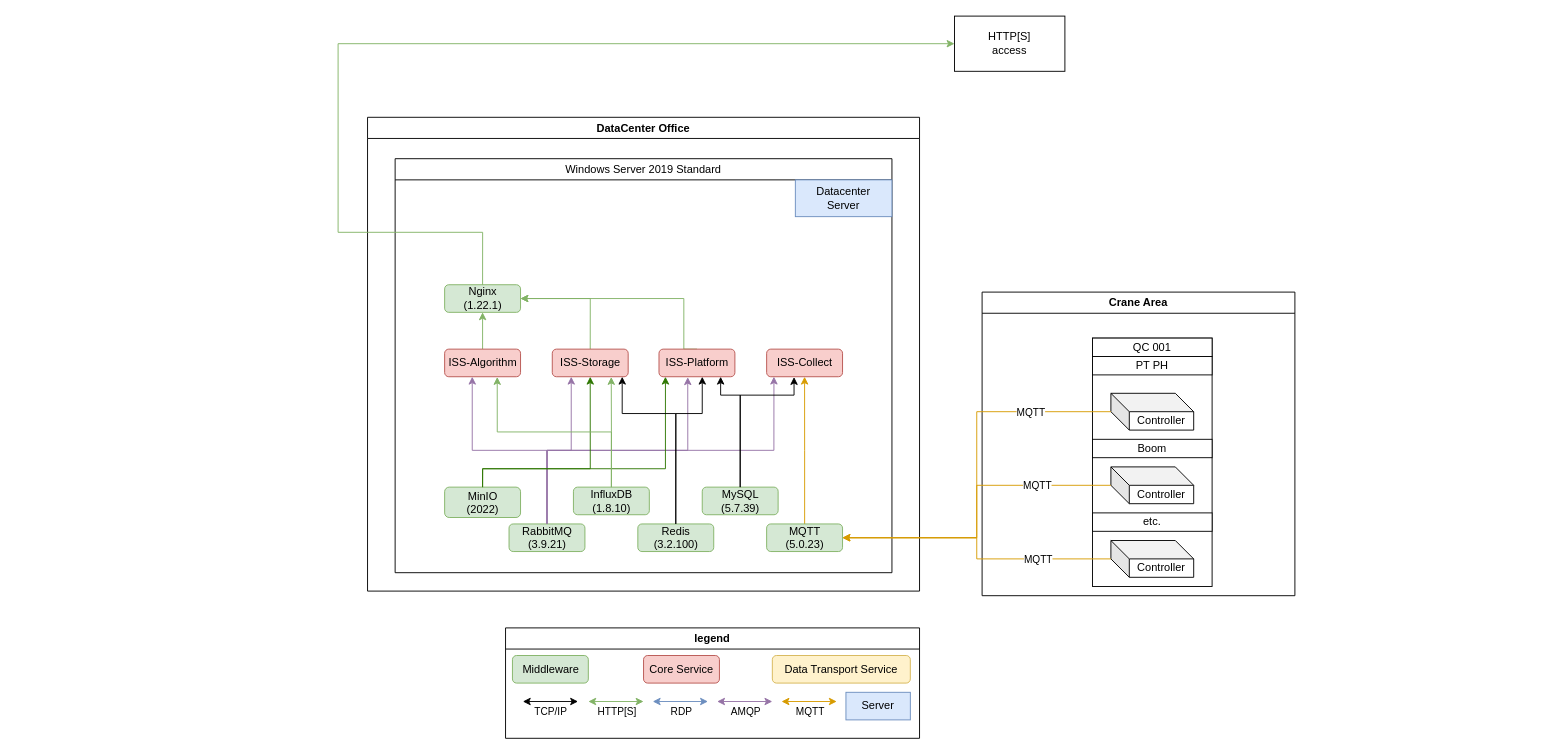
This is 四代系统架构图.drawio from bird1225/draw, a draw.io file, before an edit. Source tidied: cells renumbered, new cells numbered last; positions are measured from the earlier drawing's top-left corner, leaving out a move shared by most shapes. Both pictures are drawn from the tidied source at 92%, with x=0, y=0 at pixel (338, 16).
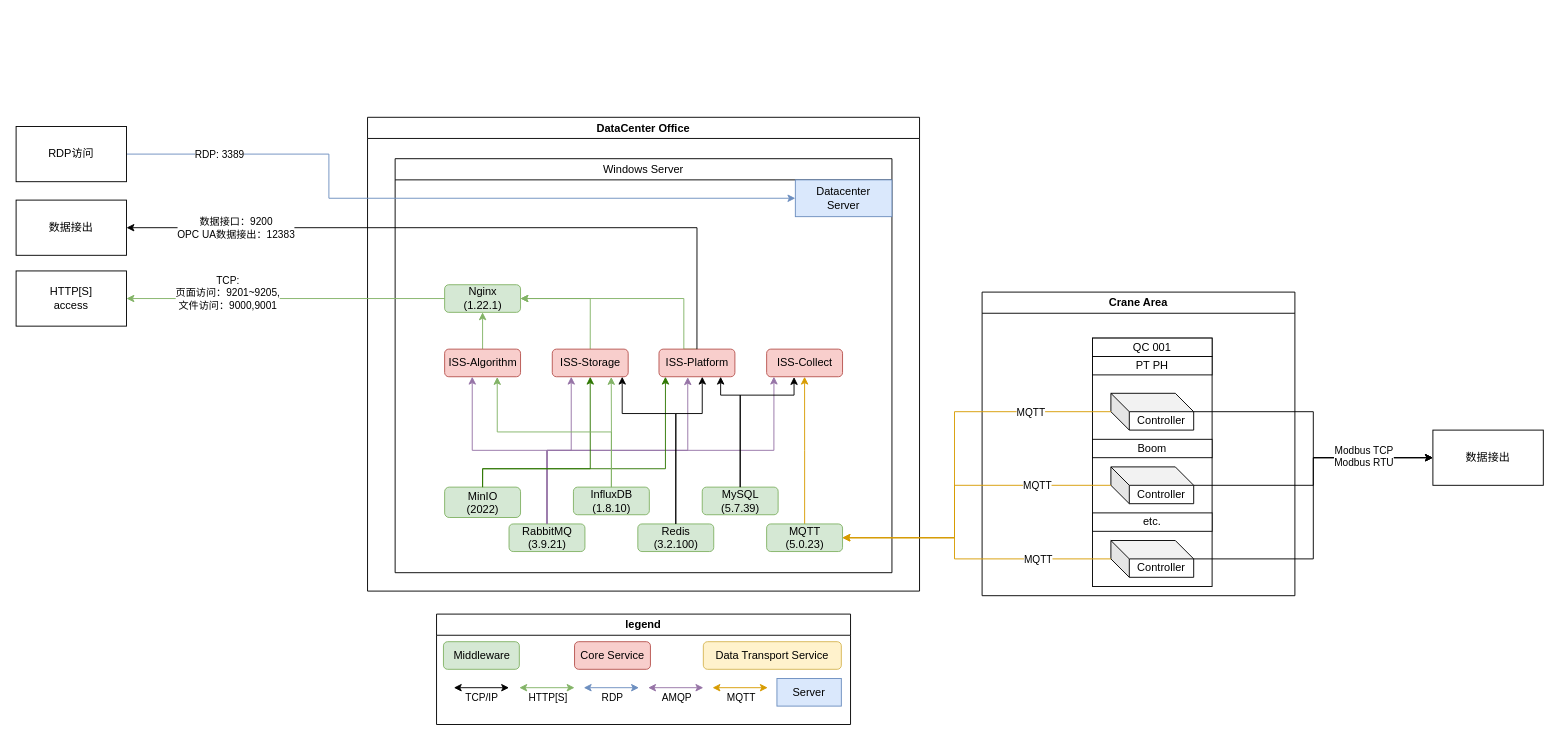
The same diagram, later.

Commit message (it also covers changes not shown here):
更新四代系统架构图.drawio

Unchanged cells that the change refers to:
```xml
<mxCell id="5" value="Controller" style="shape=cube;whiteSpace=wrap;html=1;boundedLbl=1;backgroundOutline=1;darkOpacity=0.05;darkOpacity2=0.1;shadow=0;" parent="3" vertex="1">
  <mxGeometry x="20" y="60" width="90" height="40" as="geometry" />
</mxCell>
<mxCell id="6" value="Controller" style="shape=cube;whiteSpace=wrap;html=1;boundedLbl=1;backgroundOutline=1;darkOpacity=0.05;darkOpacity2=0.1;shadow=0;" parent="3" vertex="1">
  <mxGeometry x="20" y="140" width="90" height="40" as="geometry" />
</mxCell>
<mxCell id="7" value="Controller" style="shape=cube;whiteSpace=wrap;html=1;boundedLbl=1;backgroundOutline=1;darkOpacity=0.05;darkOpacity2=0.1;shadow=0;" parent="3" vertex="1">
  <mxGeometry x="20" y="220" width="90" height="40" as="geometry" />
</mxCell>
<mxCell id="12" value="DataCenter Office" style="swimlane;whiteSpace=wrap;html=1;" parent="1" vertex="1">
  <mxGeometry x="32" y="110" width="600" height="515" as="geometry" />
</mxCell>
<mxCell id="14" value="&lt;div&gt;Datacenter&lt;/div&gt;&lt;div&gt;Server&lt;/div&gt;" style="rounded=0;whiteSpace=wrap;html=1;fillColor=#dae8fc;strokeColor=#6c8ebf;" parent="13" vertex="1">
  <mxGeometry x="435" y="23" width="105" height="40" as="geometry" />
</mxCell>
<mxCell id="20" value="ISS-Platform" style="rounded=1;whiteSpace=wrap;html=1;fillColor=#f8cecc;strokeColor=#b85450;" parent="13" vertex="1">
  <mxGeometry x="286.8" y="207" width="82.5" height="30" as="geometry" />
</mxCell>
<mxCell id="28" value="MQTT&lt;br&gt;(5.0.23)" style="rounded=1;whiteSpace=wrap;html=1;fillColor=#d5e8d4;strokeColor=#82b366;" parent="13" vertex="1">
  <mxGeometry x="403.8" y="397" width="82.5" height="30" as="geometry" />
</mxCell>
<mxCell id="41" value="Nginx&lt;br&gt;(1.22.1)" style="rounded=1;whiteSpace=wrap;html=1;fillColor=#d5e8d4;strokeColor=#82b366;" parent="13" vertex="1">
  <mxGeometry x="53.8" y="137" width="82.5" height="30" as="geometry" />
</mxCell>
```

The edit, as a diff of the source:
```diff
@@
-    <mxCell id="13" value="&lt;span style=&quot;font-weight: 400;&quot;&gt;Windows Server 2019 Standard&lt;/span&gt;" style="swimlane;whiteSpace=wrap;html=1;" parent="12" vertex="1">
+    <mxCell id="13" value="&lt;span style=&quot;font-weight: 400;&quot;&gt;Windows Server&lt;/span&gt;" style="swimlane;whiteSpace=wrap;html=1;" parent="12" vertex="1">
       <mxGeometry x="30" y="45" width="540" height="450" as="geometry" />
     </mxCell>
@@
     <mxCell id="42" value="HTTP[S]&lt;br&gt;access" style="rounded=0;whiteSpace=wrap;html=1;" parent="1" vertex="1">
-      <mxGeometry x="670" width="120" height="60" as="geometry" />
+      <mxGeometry x="-350" y="277" width="120" height="60" as="geometry" />
     </mxCell>
     <mxCell id="43" value="legend" style="swimlane;whiteSpace=wrap;html=1;" parent="1" vertex="1">
-      <mxGeometry x="182" y="665" width="450" height="120" as="geometry" />
+      <mxGeometry x="107" y="650" width="450" height="120" as="geometry" />
     </mxCell>
@@
-    <mxCell id="58" style="edgeStyle=orthogonalEdgeStyle;rounded=0;jettySize=auto;html=1;exitX=0.5;exitY=0;exitDx=0;exitDy=0;entryX=0;entryY=0.5;entryDx=0;entryDy=0;fillColor=#d5e8d4;strokeColor=#82b366;" parent="1" edge="1" source="41" target="42">
-      <mxGeometry relative="1" as="geometry">
-        <Array as="points">
-          <mxPoint x="157" y="235" />
-          <mxPoint y="235" />
-          <mxPoint y="30" />
-        </Array>
-      </mxGeometry>
-    </mxCell>
     <mxCell id="59" style="edgeStyle=orthogonalEdgeStyle;rounded=0;jettySize=auto;html=1;exitX=0;exitY=0;exitDx=0;exitDy=20;exitPerimeter=0;entryX=1;entryY=0.5;entryDx=0;entryDy=0;strokeColor=#D79B00;" parent="1" edge="1" source="5" target="28">
-      <mxGeometry relative="1" as="geometry" />
+      <mxGeometry relative="1" as="geometry">
+        <Array as="points">
+          <mxPoint x="670" y="430" />
+          <mxPoint x="670" y="567" />
+        </Array>
+      </mxGeometry>
     </mxCell>
@@
     <mxCell id="61" style="edgeStyle=orthogonalEdgeStyle;rounded=0;jettySize=auto;html=1;exitX=0;exitY=0;exitDx=0;exitDy=20;exitPerimeter=0;entryX=1;entryY=0.5;entryDx=0;entryDy=0;strokeColor=#D79B00;" parent="1" edge="1" source="6" target="28">
-      <mxGeometry relative="1" as="geometry" />
+      <mxGeometry relative="1" as="geometry">
+        <Array as="points">
+          <mxPoint x="670" y="510" />
+          <mxPoint x="670" y="567" />
+        </Array>
+      </mxGeometry>
     </mxCell>
@@
     <mxCell id="63" style="edgeStyle=orthogonalEdgeStyle;rounded=0;jettySize=auto;html=1;exitX=0;exitY=0;exitDx=0;exitDy=20;exitPerimeter=0;entryX=1;entryY=0.5;entryDx=0;entryDy=0;strokeColor=#D79B00;" parent="1" edge="1" source="7" target="28">
-      <mxGeometry relative="1" as="geometry" />
+      <mxGeometry relative="1" as="geometry">
+        <Array as="points">
+          <mxPoint x="670" y="590" />
+          <mxPoint x="670" y="567" />
+        </Array>
+      </mxGeometry>
     </mxCell>
@@
+    <mxCell id="58" style="edgeStyle=orthogonalEdgeStyle;rounded=0;jettySize=auto;html=1;entryX=1;entryY=0.5;entryDx=0;entryDy=0;strokeColor=#82B366;" parent="1" edge="1" source="41" target="42">
+      <mxGeometry relative="1" as="geometry" />
+    </mxCell>
+    <mxCell id="65" value="TCP:&lt;br&gt;页面访问：9201~9205,&lt;div&gt;文件访问：9000,9001&lt;br&gt;&lt;br&gt;&lt;/div&gt;" style="edgeLabel;html=1;align=center;verticalAlign=middle;" parent="58" vertex="1">
+      <mxGeometry x="0.56" y="-2" relative="1" as="geometry">
+        <mxPoint x="34" y="2" as="offset" />
+      </mxGeometry>
+    </mxCell>
+    <mxCell id="66" value="数据接出" style="rounded=0;whiteSpace=wrap;html=1;" parent="1" vertex="1">
+      <mxGeometry x="-350" y="200" width="120" height="60" as="geometry" />
+    </mxCell>
+    <mxCell id="67" style="edgeStyle=orthogonalEdgeStyle;rounded=0;jettySize=auto;html=1;exitX=0.5;exitY=0;exitDx=0;exitDy=0;entryX=1;entryY=0.5;entryDx=0;entryDy=0;" parent="1" edge="1" source="20" target="66">
+      <mxGeometry relative="1" as="geometry" />
+    </mxCell>
+    <mxCell id="68" value="数据接口：9200&lt;br&gt;OPC UA数据接出：12383" style="edgeLabel;html=1;align=center;verticalAlign=middle;" parent="67" vertex="1">
+      <mxGeometry x="0.75" y="-1" relative="1" as="geometry">
+        <mxPoint x="24" y="1" as="offset" />
+      </mxGeometry>
+    </mxCell>
+    <mxCell id="69" value="数据接出" style="rounded=0;whiteSpace=wrap;html=1;" parent="1" vertex="1">
+      <mxGeometry x="1190" y="450" width="120" height="60" as="geometry" />
+    </mxCell>
+    <mxCell id="70" style="edgeStyle=orthogonalEdgeStyle;rounded=0;jettySize=auto;html=1;exitX=0;exitY=0;exitDx=90;exitDy=20;exitPerimeter=0;" parent="1" edge="1" source="5" target="69">
+      <mxGeometry relative="1" as="geometry" />
+    </mxCell>
+    <mxCell id="71" style="edgeStyle=orthogonalEdgeStyle;rounded=0;jettySize=auto;html=1;exitX=0;exitY=0;exitDx=90;exitDy=20;exitPerimeter=0;" parent="1" edge="1" source="6" target="69">
+      <mxGeometry relative="1" as="geometry" />
+    </mxCell>
+    <mxCell id="72" style="edgeStyle=orthogonalEdgeStyle;rounded=0;jettySize=auto;html=1;exitX=0;exitY=0;exitDx=90;exitDy=20;exitPerimeter=0;entryX=0;entryY=0.5;entryDx=0;entryDy=0;" parent="1" edge="1" source="7" target="69">
+      <mxGeometry relative="1" as="geometry" />
+    </mxCell>
+    <mxCell id="73" value="Modbus TCP&lt;br&gt;Modbus RTU" style="edgeLabel;html=1;align=center;verticalAlign=middle;" parent="72" vertex="1">
+      <mxGeometry x="0.59" y="2" relative="1" as="geometry" />
+    </mxCell>
+    <mxCell id="74" style="edgeStyle=orthogonalEdgeStyle;rounded=0;jettySize=auto;html=1;exitX=1;exitY=0.5;exitDx=0;exitDy=0;entryX=0;entryY=0.5;entryDx=0;entryDy=0;strokeColor=#6C8EBF;" parent="1" edge="1" source="76" target="14">
+      <mxGeometry relative="1" as="geometry">
+        <Array as="points">
+          <mxPoint x="-10" y="150" />
+          <mxPoint x="-10" y="198" />
+        </Array>
+      </mxGeometry>
+    </mxCell>
+    <mxCell id="75" value="RDP: 3389" style="edgeLabel;html=1;align=center;verticalAlign=middle;" parent="74" vertex="1">
+      <mxGeometry x="-0.78" y="-2" relative="1" as="geometry">
+        <mxPoint x="15" y="-2" as="offset" />
+      </mxGeometry>
+    </mxCell>
+    <mxCell id="76" value="RDP访问" style="rounded=0;whiteSpace=wrap;html=1;" parent="1" vertex="1">
+      <mxGeometry x="-350" y="120" width="120" height="60" as="geometry" />
+    </mxCell>
```
